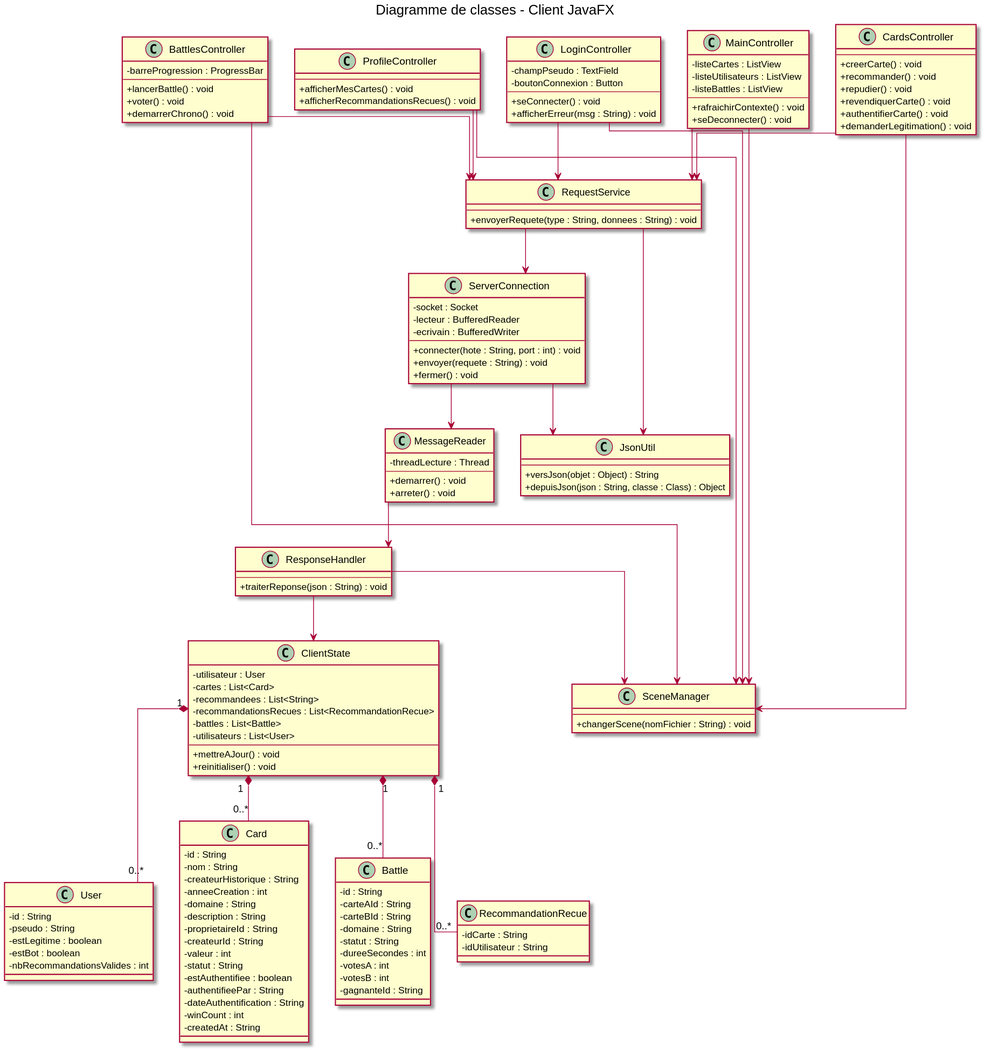
usmanameer0807/sae301-groupe1-C keeps this PlantUML diagram as phase1/docs/src/diagrammes-client/02-diagramme-classes.svg. Above is the earlier version. The source it was exported from:
```plantuml
@startuml DiagrammeClassesClient
skinparam classAttributeIconSize 0
skinparam defaultFontName Arial
skinparam classFontSize 13
skinparam classAttributeFontSize 12
skinparam linetype ortho

title Diagramme de classes - Client JavaFX

class LoginController {
    - champPseudo : TextField
    - boutonConnexion : Button
    --
    + seConnecter() : void
    + afficherErreur(msg : String) : void
}

class MainController {
    - listeCartes : ListView
    - listeUtilisateurs : ListView
    - listeBattles : ListView
    --
    + rafraichirContexte() : void
    + seDeconnecter() : void
}

class CardsController {
    --
    + creerCarte() : void
    + recommander() : void
    + repudier() : void
    + revendiquerCarte() : void
    + authentifierCarte() : void
    + demanderLegitimation() : void
}

class BattlesController {
    - barreProgression : ProgressBar
    --
    + lancerBattle() : void
    + voter() : void
    + demarrerChrono() : void
}

class ProfileController {
    --
    + afficherMesCartes() : void
    + afficherRecommandationsRecues() : void
}

class SceneManager {
    --
    + changerScene(nomFichier : String) : void
}

class ServerConnection {
    - socket : Socket
    - lecteur : BufferedReader
    - ecrivain : BufferedWriter
    --
    + connecter(hote : String, port : int) : void
    + envoyer(requete : String) : void
    + fermer() : void
}

class MessageReader {
    - threadLecture : Thread
    --
    + demarrer() : void
    + arreter() : void
}

class RequestService {
    --
    + envoyerRequete(type : String, donnees : String) : void
}

class ResponseHandler {
    --
    + traiterReponse(json : String) : void
}

class ClientState {
    - utilisateur : User
    - cartes : List<Card>
    - recommandees : List<String>
    - recommandationsRecues : List<RecommandationRecue>
    - battles : List<Battle>
    - utilisateurs : List<User>
    --
    + mettreAJour() : void
    + reinitialiser() : void
}

class User {
    - id : String
    - pseudo : String
    - estLegitime : boolean
    - estBot : boolean
    - nbRecommandationsValides : int
}

class Card {
    - id : String
    - nom : String
    - createurHistorique : String
    - anneeCreation : int
    - domaine : String
    - description : String
    - proprietaireId : String
    - createurId : String
    - valeur : int
    - statut : String
    - estAuthentifiee : boolean
    - authentifieePar : String
    - dateAuthentification : String
    - winCount : int
    - createdAt : String
}

class Battle {
    - id : String
    - carteAId : String
    - carteBId : String
    - domaine : String
    - statut : String
    - dureeSecondes : int
    - votesA : int
    - votesB : int
    - gagnanteId : String
}

class RecommandationRecue {
    - idCarte : String
    - idUtilisateur : String
}

class JsonUtil {
    --
    + versJson(objet : Object) : String
    + depuisJson(json : String, classe : Class) : Object
}

LoginController --> SceneManager
MainController --> SceneManager
CardsController --> SceneManager
BattlesController --> SceneManager
ProfileController --> SceneManager

LoginController --> RequestService
MainController --> RequestService
CardsController --> RequestService
BattlesController --> RequestService
ProfileController --> RequestService

RequestService --> ServerConnection
ServerConnection --> MessageReader
MessageReader --> ResponseHandler
ResponseHandler --> ClientState
ResponseHandler --> SceneManager

ServerConnection --> JsonUtil
RequestService --> JsonUtil

ClientState "1" *-- "0..*" Card
ClientState "1" *-- "0..*" Battle
ClientState "1" *-- "0..*" User
ClientState "1" *-- "0..*" RecommandationRecue

@enduml
```
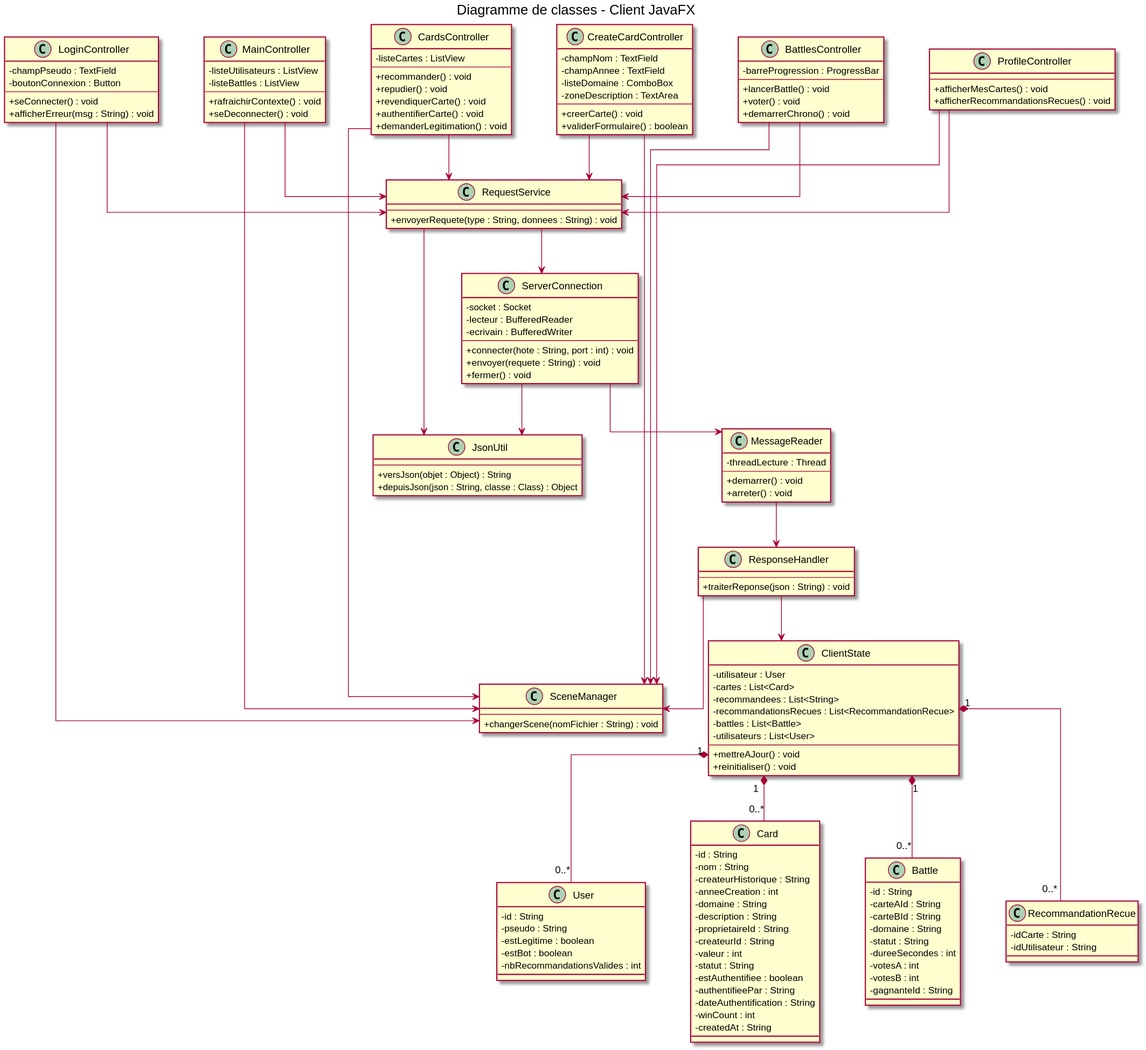
Later version of the same file.

The edit, as a diff of the source:
```diff
@@ -3,6 +3,8 @@
 skinparam defaultFontName Arial
 skinparam classFontSize 13
 skinparam classAttributeFontSize 12
+skinparam nodesep 60
+skinparam ranksep 60
 skinparam linetype ortho
 
 title Diagramme de classes - Client JavaFX
@@ -16,7 +18,6 @@
 }
 
 class MainController {
-    - listeCartes : ListView
     - listeUtilisateurs : ListView
     - listeBattles : ListView
     --
@@ -25,13 +26,23 @@
 }
 
 class CardsController {
+    - listeCartes : ListView
     --
-    + creerCarte() : void
     + recommander() : void
     + repudier() : void
     + revendiquerCarte() : void
     + authentifierCarte() : void
     + demanderLegitimation() : void
+}
+
+class CreateCardController {
+    - champNom : TextField
+    - champAnnee : TextField
+    - listeDomaine : ComboBox
+    - zoneDescription : TextArea
+    --
+    + creerCarte() : void
+    + validerFormulaire() : boolean
 }
 
 class BattlesController {
@@ -144,12 +155,14 @@
 LoginController --> SceneManager
 MainController --> SceneManager
 CardsController --> SceneManager
+CreateCardController --> SceneManager
 BattlesController --> SceneManager
 ProfileController --> SceneManager
 
 LoginController --> RequestService
 MainController --> RequestService
 CardsController --> RequestService
+CreateCardController --> RequestService
 BattlesController --> RequestService
 ProfileController --> RequestService
 
```
